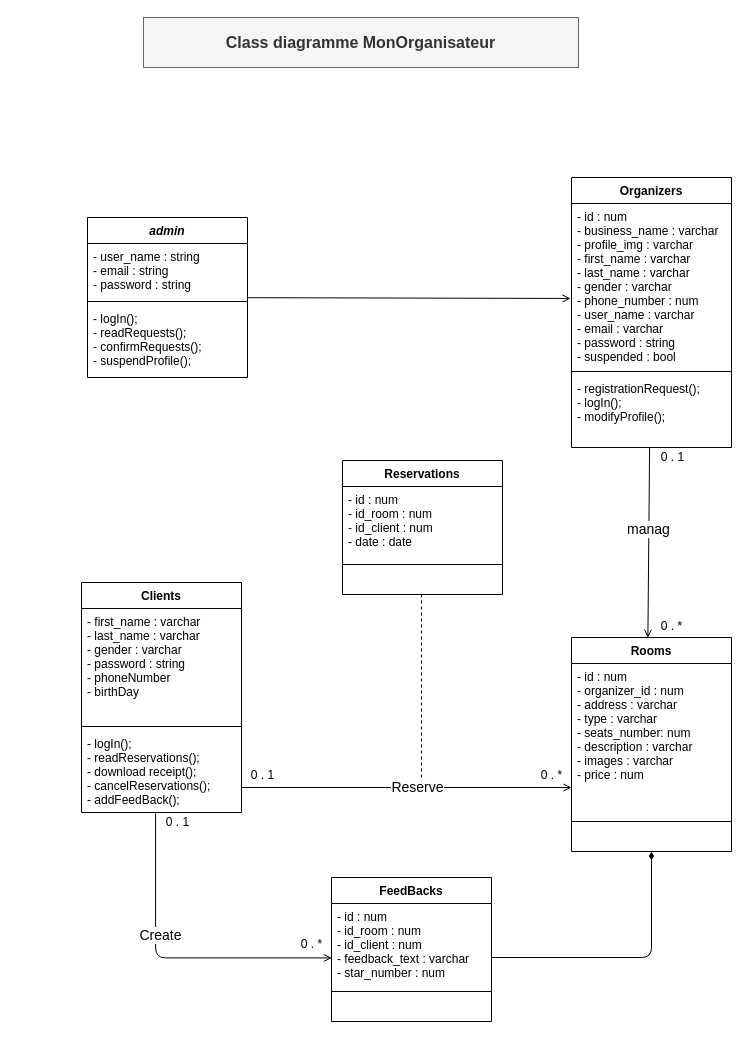
The draw.io diagram UML/diagram-class.drawio in daalimouhcine/Mon_Organisateur, before the edit. Source tidied: cells renumbered, new cells numbered last; positions are measured from the earlier drawing's top-left corner, leaving out a move shared by most shapes. Both pictures are drawn from the tidied source at 100%, with x=0, y=0 at pixel (81, 17).
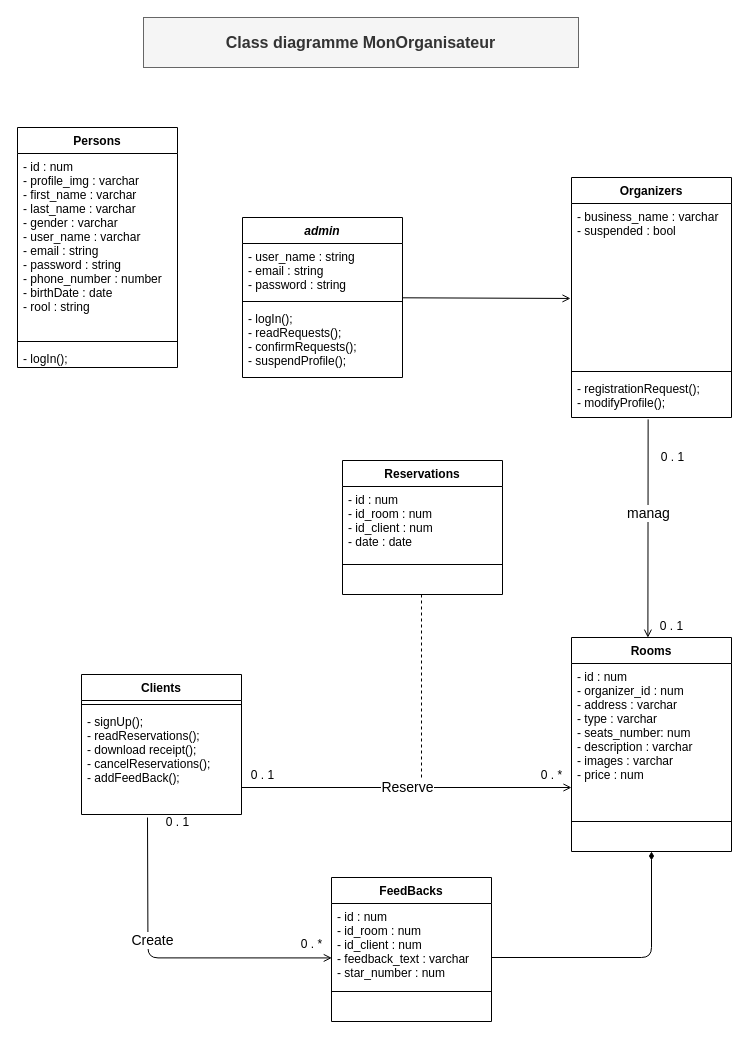
After the change.

Commit message:
add person class to extend from it

The change refers to these unchanged cells:
```xml
<mxCell id="30" value="- id : num&#10;- id_room : num&#10;- id_client : num&#10;- feedback_text : varchar&#10;- star_number : num" style="text;strokeColor=none;fillColor=none;align=left;verticalAlign=top;spacingLeft=4;spacingRight=4;overflow=hidden;points=[[0,0.5],[1,0.5]];portConstraint=eastwest;" parent="29" vertex="1">
  <mxGeometry y="26" width="160" height="84" as="geometry" />
</mxCell>
```

The edit, as a diff of the source:
```diff
@@
     <mxCell id="3" value="admin" style="swimlane;fontStyle=3;align=center;verticalAlign=top;horizontal=1;startSize=26;rounded=0;shadow=0;strokeWidth=1;" parent="1" vertex="1">
-      <mxGeometry x="6" y="200" width="160" height="160" as="geometry" />
+      <mxGeometry x="161" y="200" width="160" height="160" as="geometry" />
     </mxCell>
@@
     <mxCell id="7" value="Clients" style="swimlane;fontStyle=1;align=center;verticalAlign=top;horizontal=1;startSize=26;rounded=0;shadow=0;strokeWidth=1;" parent="1" vertex="1">
-      <mxGeometry y="565" width="160" height="230" as="geometry" />
+      <mxGeometry y="657" width="160" height="140" as="geometry" />
     </mxCell>
-    <mxCell id="8" value="- first_name : varchar&#10;- last_name : varchar&#10;- gender : varchar&#10;- password : string&#10;- phoneNumber&#10;- birthDay" style="text;align=left;verticalAlign=top;spacingLeft=4;spacingRight=4;overflow=hidden;rounded=0;shadow=0;html=0;" parent="7" vertex="1">
-      <mxGeometry y="26" width="160" height="114" as="geometry" />
-    </mxCell>
     <mxCell id="9" style="line;html=1;strokeWidth=1;align=left;verticalAlign=middle;spacingTop=-1;spacingLeft=3;spacingRight=3;labelPosition=right;" parent="7" vertex="1">
-      <mxGeometry y="140" width="160" height="8" as="geometry" />
+      <mxGeometry y="26" width="160" height="8" as="geometry" />
     </mxCell>
-    <mxCell id="10" value="- logIn();&#10;- readReservations();&#10;- download receipt();&#10;- cancelReservations();&#10;- addFeedBack();" style="text;align=left;verticalAlign=top;spacingLeft=4;spacingRight=4;overflow=hidden;points=[[0,0.5],[1,0.5]];portConstraint=eastwest;" parent="7" vertex="1">
-      <mxGeometry y="148" width="160" height="82" as="geometry" />
+    <mxCell id="10" value="- signUp();&#10;- readReservations();&#10;- download receipt();&#10;- cancelReservations();&#10;- addFeedBack();" style="text;align=left;verticalAlign=top;spacingLeft=4;spacingRight=4;overflow=hidden;points=[[0,0.5],[1,0.5]];portConstraint=eastwest;" parent="7" vertex="1">
+      <mxGeometry y="34" width="160" height="82" as="geometry" />
     </mxCell>
@@
-    <mxCell id="14" value="&lt;font style=&quot;font-size: 14px&quot;&gt;manag&lt;/font&gt;" style="rounded=0;orthogonalLoop=1;jettySize=auto;html=1;entryX=0.309;entryY=0.001;entryDx=0;entryDy=0;endArrow=open;endFill=0;entryPerimeter=0;exitX=0.153;exitY=-0.001;exitDx=0;exitDy=0;exitPerimeter=0;" parent="1" edge="1">
+    <mxCell id="14" value="&lt;font style=&quot;font-size: 14px&quot;&gt;manag&lt;/font&gt;" style="rounded=0;jettySize=auto;html=1;entryX=0.309;entryY=0.001;entryDx=0;entryDy=0;endArrow=open;endFill=0;entryPerimeter=0;exitX=0.479;exitY=1.045;exitDx=0;exitDy=0;exitPerimeter=0;" parent="1" edge="1" source="18">
       <mxGeometry x="-0.14" relative="1" as="geometry">
-        <mxPoint x="568.1" y="430" as="sourcePoint" />
         <mxPoint x="566.4" y="620.2" as="targetPoint" />
       </mxGeometry>
     </mxCell>
     <mxCell id="15" value="Organizers" style="swimlane;fontStyle=1;align=center;verticalAlign=top;horizontal=1;startSize=26;rounded=0;shadow=0;strokeWidth=1;" parent="1" vertex="1">
-      <mxGeometry x="490" y="160" width="160" height="270" as="geometry" />
+      <mxGeometry x="490" y="160" width="160" height="240" as="geometry" />
     </mxCell>
-    <mxCell id="16" value="- id : num&#10;- business_name : varchar&#10;- profile_img : varchar&#10;- first_name : varchar&#10;- last_name : varchar&#10;- gender : varchar&#10;- phone_number : num&#10;- user_name : varchar&#10;- email : varchar&#10;- password : string&#10;- suspended : bool&#10;" style="text;align=left;verticalAlign=top;spacingLeft=4;spacingRight=4;overflow=hidden;points=[[0,0.5],[1,0.5]];portConstraint=eastwest;" parent="15" vertex="1">
+    <mxCell id="16" value="- business_name : varchar&#10;- suspended : bool&#10;" style="text;align=left;verticalAlign=top;spacingLeft=4;spacingRight=4;overflow=hidden;points=[[0,0.5],[1,0.5]];portConstraint=eastwest;" parent="15" vertex="1">
       <mxGeometry y="26" width="160" height="164" as="geometry" />
     </mxCell>
@@
-    <mxCell id="18" value="- registrationRequest();&#10;- logIn();&#10;- modifyProfile();" style="text;align=left;verticalAlign=top;spacingLeft=4;spacingRight=4;overflow=hidden;points=[[0,0.5],[1,0.5]];portConstraint=eastwest;fontStyle=0;" parent="15" vertex="1">
-      <mxGeometry y="198" width="160" height="72" as="geometry" />
+    <mxCell id="18" value="- registrationRequest();&#10;- modifyProfile();" style="text;align=left;verticalAlign=top;spacingLeft=4;spacingRight=4;overflow=hidden;points=[[0,0.5],[1,0.5]];portConstraint=eastwest;fontStyle=0;" parent="15" vertex="1">
+      <mxGeometry y="198" width="160" height="42" as="geometry" />
     </mxCell>
@@
-    <mxCell id="27" value="0 . *" style="text;html=1;align=center;verticalAlign=middle;strokeColor=none;fillColor=none;" parent="1" vertex="1">
+    <mxCell id="27" value="0 . 1" style="text;html=1;align=center;verticalAlign=middle;strokeColor=none;fillColor=none;" parent="1" vertex="1">
       <mxGeometry x="570" y="599" width="40" height="20" as="geometry" />
     </mxCell>
@@
-    <mxCell id="33" style="edgeStyle=orthogonalEdgeStyle;html=1;entryX=0.002;entryY=0.648;entryDx=0;entryDy=0;entryPerimeter=0;exitX=0.463;exitY=1.012;exitDx=0;exitDy=0;exitPerimeter=0;endArrow=open;endFill=0;" parent="1" edge="1" source="10" target="30">
-      <mxGeometry relative="1" as="geometry" />
+    <mxCell id="33" style="edgeStyle=orthogonalEdgeStyle;html=1;entryX=0.002;entryY=0.648;entryDx=0;entryDy=0;entryPerimeter=0;endArrow=open;endFill=0;" parent="1" edge="1" target="30">
+      <mxGeometry relative="1" as="geometry">
+        <mxPoint x="66" y="800" as="sourcePoint" />
+      </mxGeometry>
     </mxCell>
@@
+    <mxCell id="39" value="Persons" style="swimlane;fontStyle=1;align=center;verticalAlign=top;horizontal=1;startSize=26;rounded=0;shadow=0;strokeWidth=1;" parent="1" vertex="1">
+      <mxGeometry x="-64" y="110" width="160" height="240" as="geometry" />
+    </mxCell>
+    <mxCell id="40" value="- id : num&#10;- profile_img : varchar&#10;- first_name : varchar&#10;- last_name : varchar&#10;- gender : varchar&#10;- user_name : varchar&#10;- email : string&#10;- password : string&#10;- phone_number : number &#10;- birthDate : date&#10;- rool : string" style="text;align=left;verticalAlign=top;spacingLeft=4;spacingRight=4;overflow=hidden;rounded=0;shadow=0;html=0;" parent="39" vertex="1">
+      <mxGeometry y="26" width="160" height="184" as="geometry" />
+    </mxCell>
+    <mxCell id="41" style="line;html=1;strokeWidth=1;align=left;verticalAlign=middle;spacingTop=-1;spacingLeft=3;spacingRight=3;labelPosition=right;" parent="39" vertex="1">
+      <mxGeometry y="210" width="160" height="8" as="geometry" />
+    </mxCell>
+    <mxCell id="42" value="- logIn();" style="text;align=left;verticalAlign=top;spacingLeft=4;spacingRight=4;overflow=hidden;" parent="39" vertex="1">
+      <mxGeometry y="218" width="160" height="22" as="geometry" />
+    </mxCell>
```
